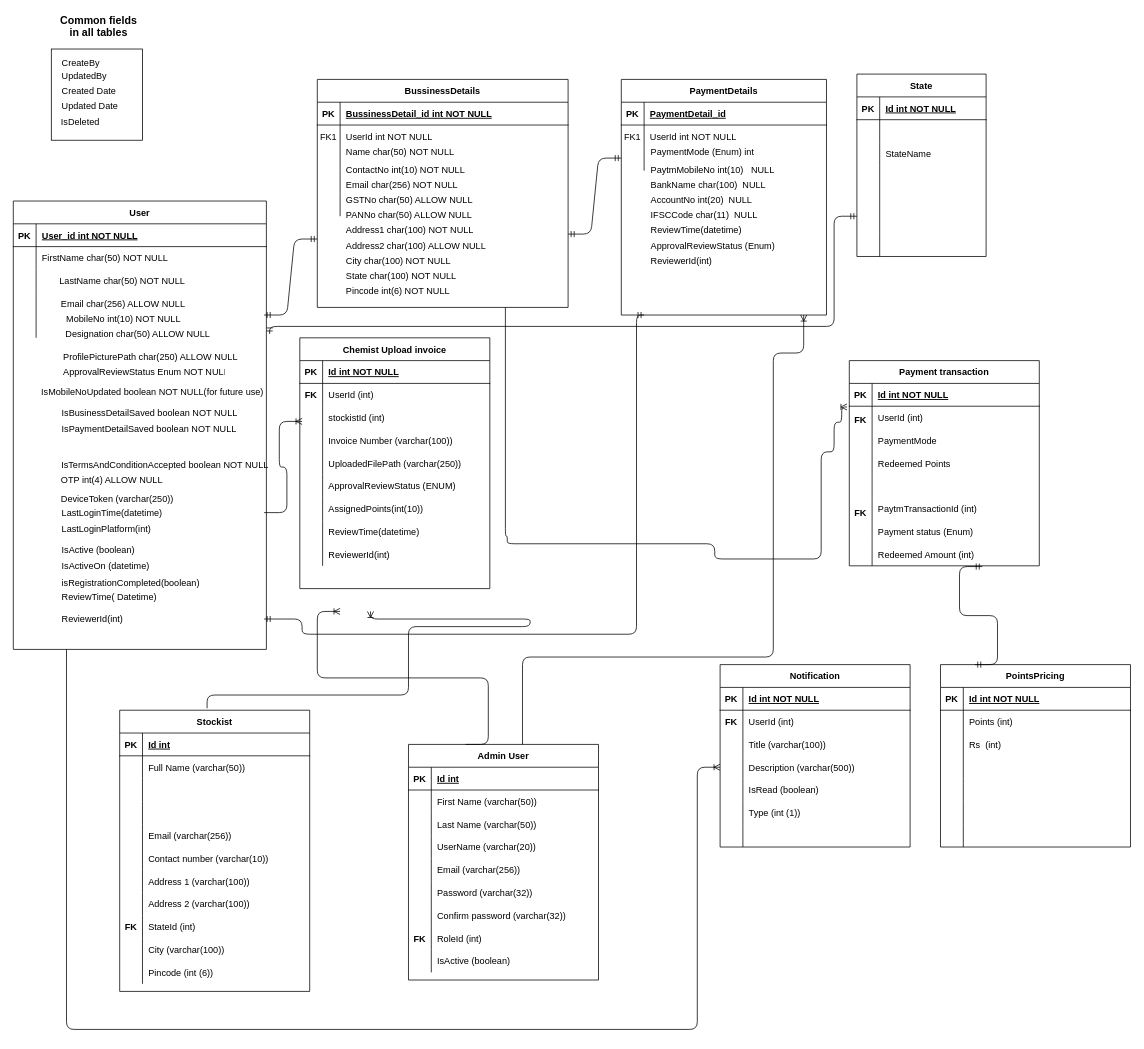
NirikshaSoni/TestProject keeps this draw.io diagram as ProfitorERD.drawio. Above is the earlier version. Source tidied: cells renumbered, new cells numbered last; positions are measured from the earlier drawing's top-left corner, leaving out a move shared by most shapes. Both pictures are drawn from the tidied source at 76%, with x=0, y=0 at pixel (13, 18).
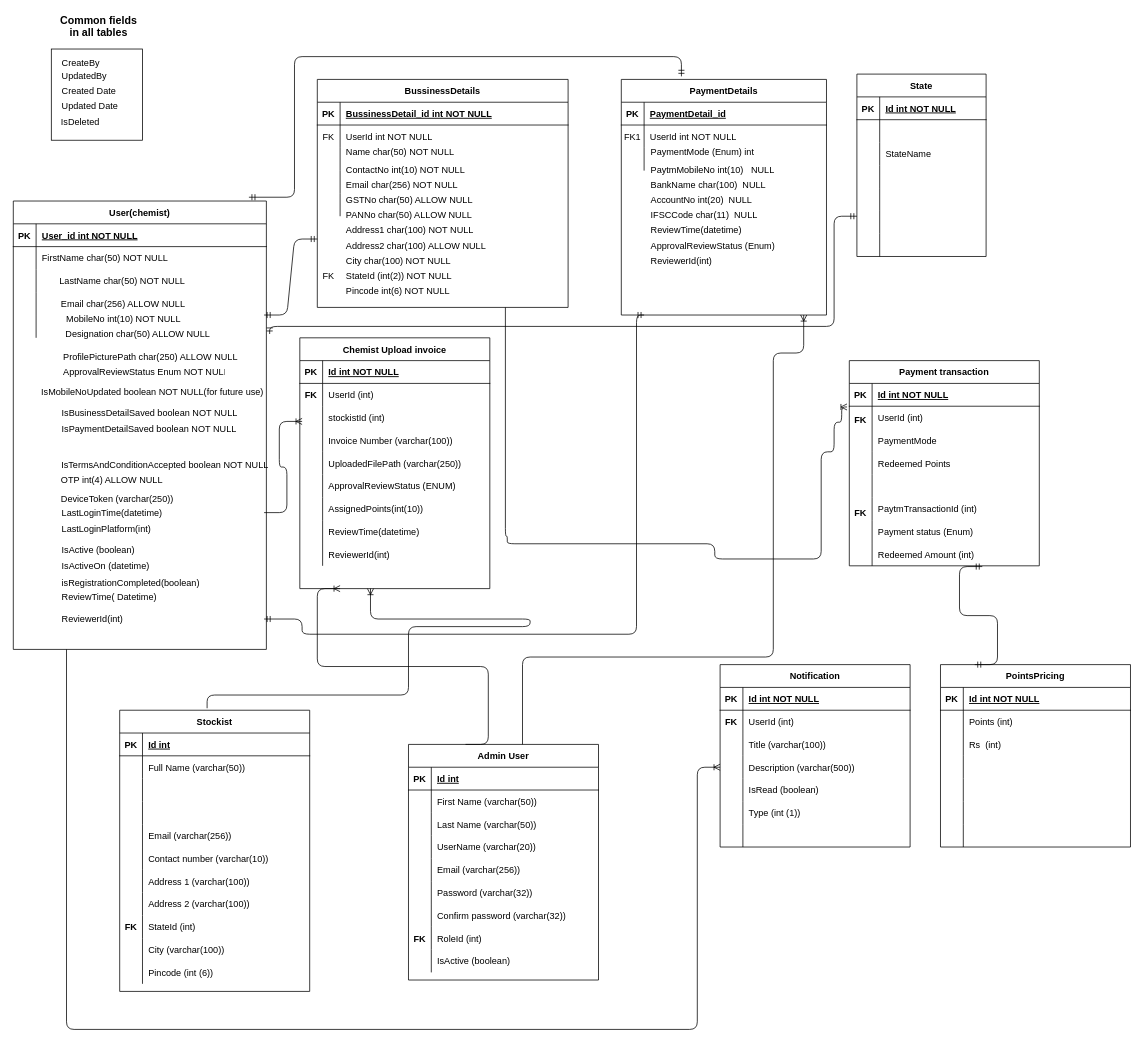
The same page after the edit.

The change refers to these unchanged cells:
```xml
<mxCell id="61" value="Stockist" style="shape=table;startSize=30;childLayout=tableLayout;rowLines=0;fontStyle=1;align=center;" parent="1" vertex="1">
  <mxGeometry x="140" y="910" width="250" height="370" as="geometry" />
</mxCell>
<mxCell id="196" style="shape=partialRectangle;fillColor=none;top=0;left=0;right=0;bottom=0;" parent="192" vertex="1">
  <mxGeometry y="60" width="330" height="30" as="geometry" />
</mxCell>
<mxCell id="218" value="PaymentDetails" style="shape=table;startSize=30;childLayout=tableLayout;rowLines=0;fontStyle=1;align=center;" parent="1" vertex="1">
  <mxGeometry x="800" y="80" width="270" height="310" as="geometry" />
</mxCell>
```

What changed in the source:
```diff
@@
-    <mxCell id="165" value="User" style="shape=table;startSize=30;childLayout=tableLayout;rowLines=0;fontStyle=1;align=center;" parent="1" vertex="1">
+    <mxCell id="165" value="User(chemist)" style="shape=table;startSize=30;childLayout=tableLayout;rowLines=0;fontStyle=1;align=center;" parent="1" vertex="1">
       <mxGeometry y="240" width="333" height="590" as="geometry" />
     </mxCell>
@@
-    <mxCell id="197" value="FK1" style="shape=partialRectangle;overflow=hidden;fillColor=none;top=0;left=0;bottom=0;right=0;" parent="196" vertex="1">
+    <mxCell id="197" value="FK" style="shape=partialRectangle;overflow=hidden;fillColor=none;top=0;left=0;bottom=0;right=0;" parent="196" vertex="1">
       <mxGeometry width="30" height="30" as="geometry" />
     </mxCell>
@@
-    <mxCell id="216" value="State char(100) NOT NULL" style="shape=partialRectangle;overflow=hidden;fillColor=none;top=0;left=0;bottom=0;right=0;align=left;spacingLeft=6;" parent="1" vertex="1">
+    <mxCell id="216" value="StateId (int(2)) NOT NULL" style="shape=partialRectangle;overflow=hidden;fillColor=none;top=0;left=0;bottom=0;right=0;align=left;spacingLeft=6;" parent="1" vertex="1">
       <mxGeometry x="430" y="323" width="220" height="30" as="geometry" />
     </mxCell>
@@
-    <mxCell id="243" style="edgeStyle=entityRelationEdgeStyle;fontSize=12;html=1;endArrow=ERmandOne;startArrow=ERmandOne;" parent="1" edge="1">
+    <mxCell id="243" style="edgeStyle=orthogonalEdgeStyle;fontSize=12;html=1;endArrow=ERmandOne;startArrow=ERmandOne;entryX=0.293;entryY=-0.013;entryDx=0;entryDy=0;entryPerimeter=0;" parent="1" edge="1" target="218">
       <mxGeometry relative="1" as="geometry">
-        <mxPoint x="730" y="283.5" as="sourcePoint" />
-        <mxPoint x="800" y="183.5" as="targetPoint" />
+        <mxPoint x="310" y="235" as="sourcePoint" />
+        <Array as="points">
+          <mxPoint x="370" y="235" />
+          <mxPoint x="370" y="50" />
+          <mxPoint x="879" y="50" />
+        </Array>
       </mxGeometry>
     </mxCell>
@@
     <mxCell id="245" style="edgeStyle=orthogonalEdgeStyle;fontSize=12;html=1;endArrow=ERoneToMany;exitX=0.46;exitY=-0.007;exitDx=0;exitDy=0;exitPerimeter=0;" parent="1" edge="1" source="61">
       <mxGeometry relative="1" as="geometry">
-        <mxPoint x="470" y="780" as="targetPoint" />
+        <mxPoint x="470" y="750" as="targetPoint" />
         <Array as="points">
           <mxPoint x="255" y="890" />
           <mxPoint x="520" y="890" />
           <mxPoint x="520" y="800" />
           <mxPoint x="680" y="800" />
           <mxPoint x="680" y="790" />
         </Array>
       </mxGeometry>
     </mxCell>
@@
     <mxCell id="260" style="edgeStyle=entityRelationEdgeStyle;fontSize=12;html=1;endArrow=ERoneToMany;" parent="1" edge="1">
       <mxGeometry relative="1" as="geometry">
         <mxPoint x="595" y="955" as="sourcePoint" />
-        <mxPoint x="430" y="780" as="targetPoint" />
+        <mxPoint x="430" y="750" as="targetPoint" />
       </mxGeometry>
     </mxCell>
@@
+    <mxCell id="286" value="FK" style="shape=partialRectangle;overflow=hidden;fillColor=none;top=0;left=0;bottom=0;right=0;" parent="1" vertex="1">
+      <mxGeometry x="400" y="323" width="30" height="30" as="geometry" />
+    </mxCell>
```
